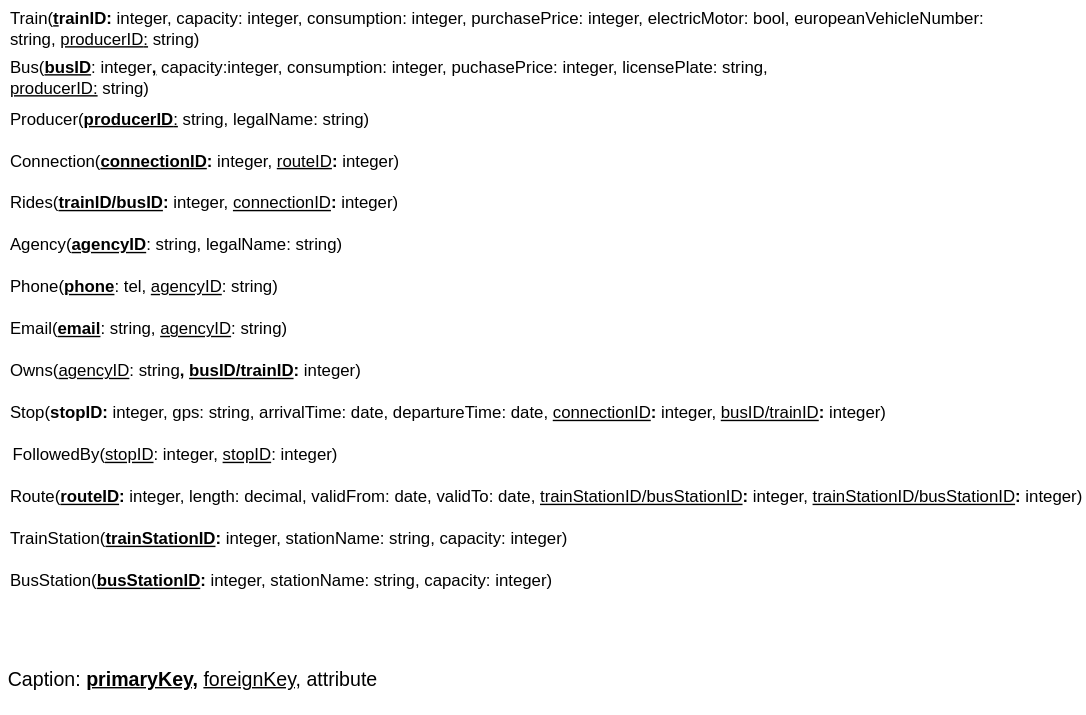
The draw.io diagram 4/model/relational.svg in zhukovdm/T1G4, before a commit. Source tidied: cells renumbered, new cells last; positions are measured from the earlier drawing's top-left corner, leaving out a move shared by most shapes.
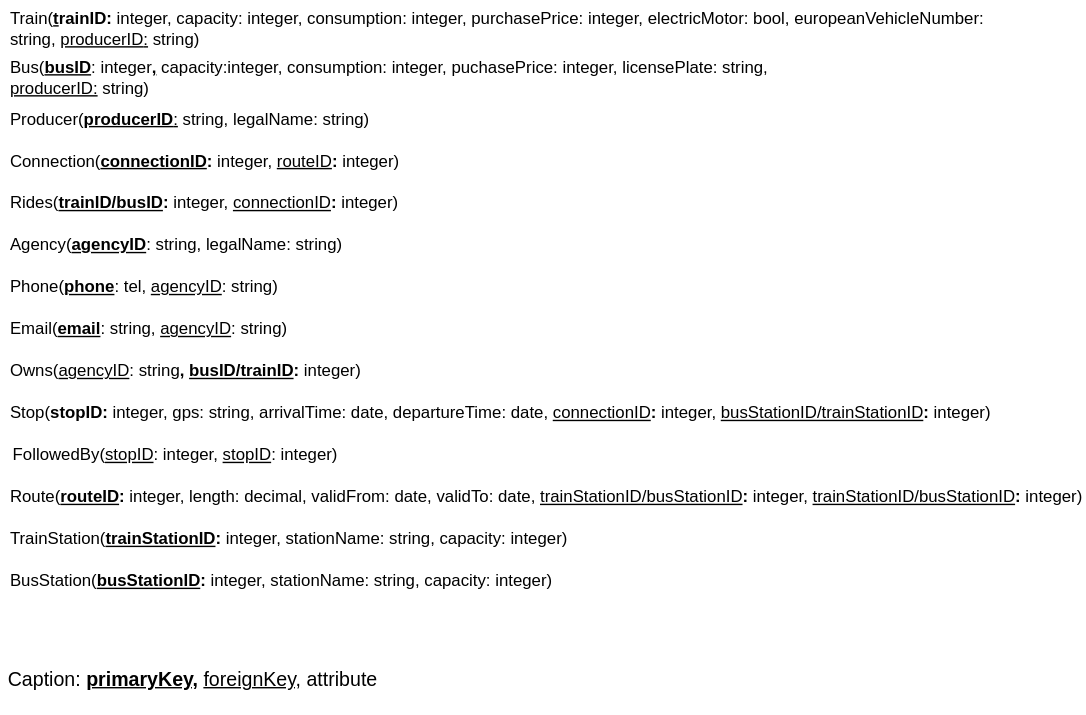
Later version of the same file.

Commit message:
fixed typo in stops

What changed in the source:
```diff
@@ -29,8 +29,8 @@
     <mxCell id="10" value="Owns(&lt;u&gt;agencyID&lt;/u&gt;: string&lt;b&gt;, &lt;u&gt;busID/trainID&lt;/u&gt;&lt;/b&gt;&lt;b&gt;:&lt;/b&gt;&amp;nbsp;integer)" style="text;html=1;strokeColor=none;fillColor=none;align=left;verticalAlign=middle;whiteSpace=wrap;rounded=0;" parent="1" vertex="1">
       <mxGeometry x="5" y="250" width="260" height="30" as="geometry" />
     </mxCell>
-    <mxCell id="11" value="Stop(&lt;b&gt;stopID&lt;/b&gt;&lt;b&gt;:&lt;/b&gt;&amp;nbsp;integer, gps: string, arrivalTime: date, departureTime: date, &lt;u&gt;connectionID&lt;/u&gt;&lt;b&gt;:&lt;/b&gt;&amp;nbsp;integer, &lt;u&gt;busID/trainID&lt;/u&gt;&lt;b&gt;:&lt;/b&gt;&amp;nbsp;integer)" style="text;html=1;strokeColor=none;fillColor=none;align=left;verticalAlign=middle;whiteSpace=wrap;rounded=0;" parent="1" vertex="1">
-      <mxGeometry x="5" y="280" width="630" height="30" as="geometry" />
+    <mxCell id="11" value="Stop(&lt;b&gt;stopID&lt;/b&gt;&lt;b&gt;:&lt;/b&gt;&amp;nbsp;integer, gps: string, arrivalTime: date, departureTime: date, &lt;u&gt;connectionID&lt;/u&gt;&lt;b&gt;:&lt;/b&gt;&amp;nbsp;integer, &lt;u&gt;busStationID/trainStationID&lt;/u&gt;&lt;b&gt;:&lt;/b&gt;&amp;nbsp;integer)" style="text;html=1;strokeColor=none;fillColor=none;align=left;verticalAlign=middle;whiteSpace=wrap;rounded=0;" parent="1" vertex="1">
+      <mxGeometry x="5" y="280" width="710" height="30" as="geometry" />
     </mxCell>
     <mxCell id="12" value="Route(&lt;b&gt;&lt;u&gt;routeID&lt;/u&gt;&lt;/b&gt;&lt;b&gt;:&lt;/b&gt;&amp;nbsp;integer,&amp;nbsp;length: decimal, validFrom: date, validTo: date, &lt;u&gt;trainStationID/busStationID&lt;/u&gt;&lt;b&gt;:&lt;/b&gt;&amp;nbsp;integer, &lt;u&gt;trainStationID/busStationID&lt;/u&gt;&lt;b&gt;:&lt;/b&gt;&amp;nbsp;integer)" style="text;html=1;strokeColor=none;fillColor=none;align=left;verticalAlign=middle;whiteSpace=wrap;rounded=0;" parent="1" vertex="1">
       <mxGeometry x="5" y="340" width="770" height="30" as="geometry" />
```
